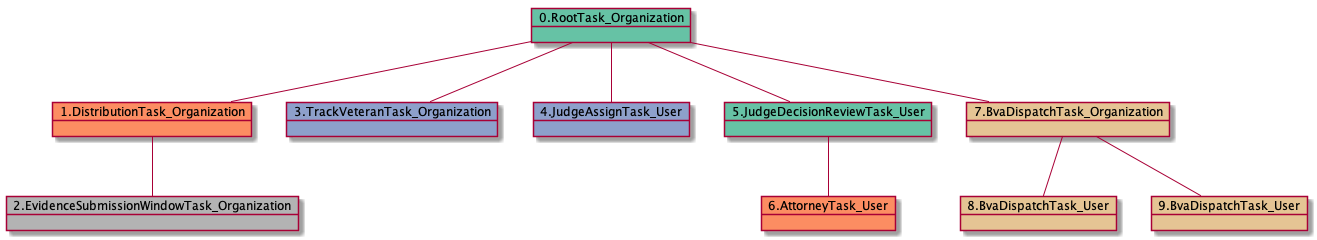
Above: docs-ES/uml/RTO.DTO.ESWTO.TVTO.JATU.JDRTU-17948.png in yoomlam/graphing (PlantUML), before the change.
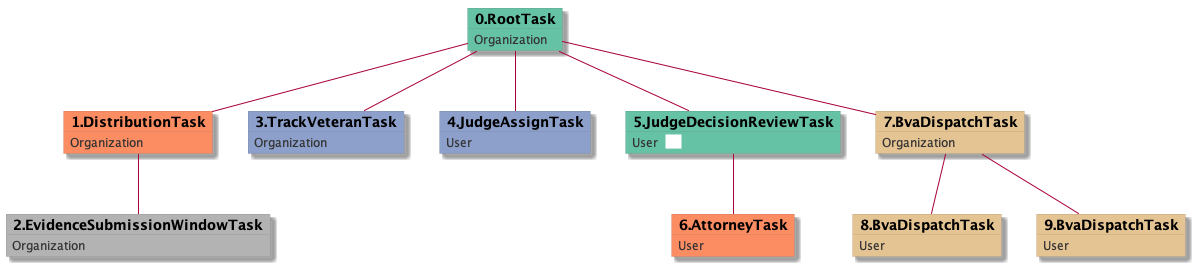
After the commit.

The edit, as a diff of the source:
```diff
@@ -1,21 +1,49 @@
 @startuml
-object 0.RootTask_Organization #66c2a5
-object 1.DistributionTask_Organization #fc8d62
-object 2.EvidenceSubmissionWindowTask_Organization #b3b3b3
-object 3.TrackVeteranTask_Organization #8da0cb
-object 4.JudgeAssignTask_User #8da0cb
-object 5.JudgeDecisionReviewTask_User #66c2a5
-object 6.AttorneyTask_User #fc8d62
-object 7.BvaDispatchTask_Organization #e5c494
-object 8.BvaDispatchTask_User #e5c494
-object 9.BvaDispatchTask_User #e5c494
-0.RootTask_Organization -- 1.DistributionTask_Organization
-1.DistributionTask_Organization -- 2.EvidenceSubmissionWindowTask_Organization
-0.RootTask_Organization -- 3.TrackVeteranTask_Organization
-0.RootTask_Organization -- 4.JudgeAssignTask_User
-0.RootTask_Organization -- 5.JudgeDecisionReviewTask_User
-5.JudgeDecisionReviewTask_User -- 6.AttorneyTask_User
-0.RootTask_Organization -- 7.BvaDispatchTask_Organization
-7.BvaDispatchTask_Organization -- 8.BvaDispatchTask_User
-7.BvaDispatchTask_Organization -- 9.BvaDispatchTask_User
+skinparam {
+  ObjectBorderColor #555
+  ObjectBorderThickness 0
+  ObjectFontStyle bold
+  ObjectFontSize 14
+  ObjectAttributeFontColor #333
+  ObjectAttributeFontSize 12
+}
+  object 0.RootTask #66c2a5 {
+Organization
+}
+  object 1.DistributionTask #fc8d62 {
+Organization
+}
+  object 2.EvidenceSubmissionWindowTask #b3b3b3 {
+Organization
+}
+  object 3.TrackVeteranTask #8da0cb {
+Organization
+}
+  object 4.JudgeAssignTask #8da0cb {
+User
+}
+  object 5.JudgeDecisionReviewTask #66c2a5 {
+User  <back:white>    </back>
+}
+  object 6.AttorneyTask #fc8d62 {
+User
+}
+  object 7.BvaDispatchTask #e5c494 {
+Organization
+}
+  object 8.BvaDispatchTask #e5c494 {
+User
+}
+  object 9.BvaDispatchTask #e5c494 {
+User
+}
+0.RootTask -- 1.DistributionTask
+1.DistributionTask -- 2.EvidenceSubmissionWindowTask
+0.RootTask -- 3.TrackVeteranTask
+0.RootTask -- 4.JudgeAssignTask
+0.RootTask -- 5.JudgeDecisionReviewTask
+5.JudgeDecisionReviewTask -- 6.AttorneyTask
+0.RootTask -- 7.BvaDispatchTask
+7.BvaDispatchTask -- 8.BvaDispatchTask
+7.BvaDispatchTask -- 9.BvaDispatchTask
 @enduml
```
